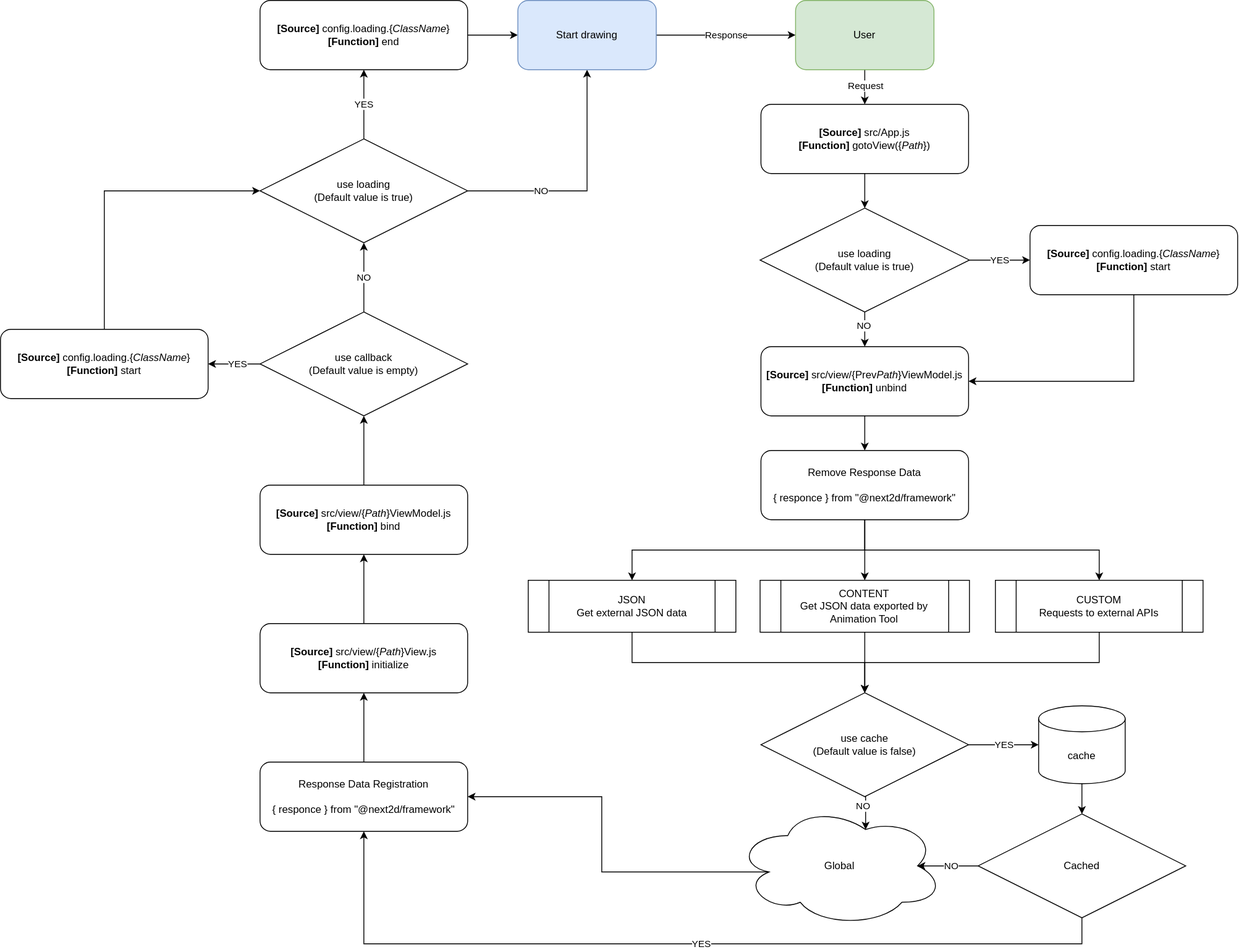
Next2D/framework keeps this draw.io diagram as Framework_Flowchart.svg. Above is the earlier version. Source tidied: cells renumbered, new cells last; positions are measured from the earlier drawing's top-left corner, leaving out a move shared by most shapes.
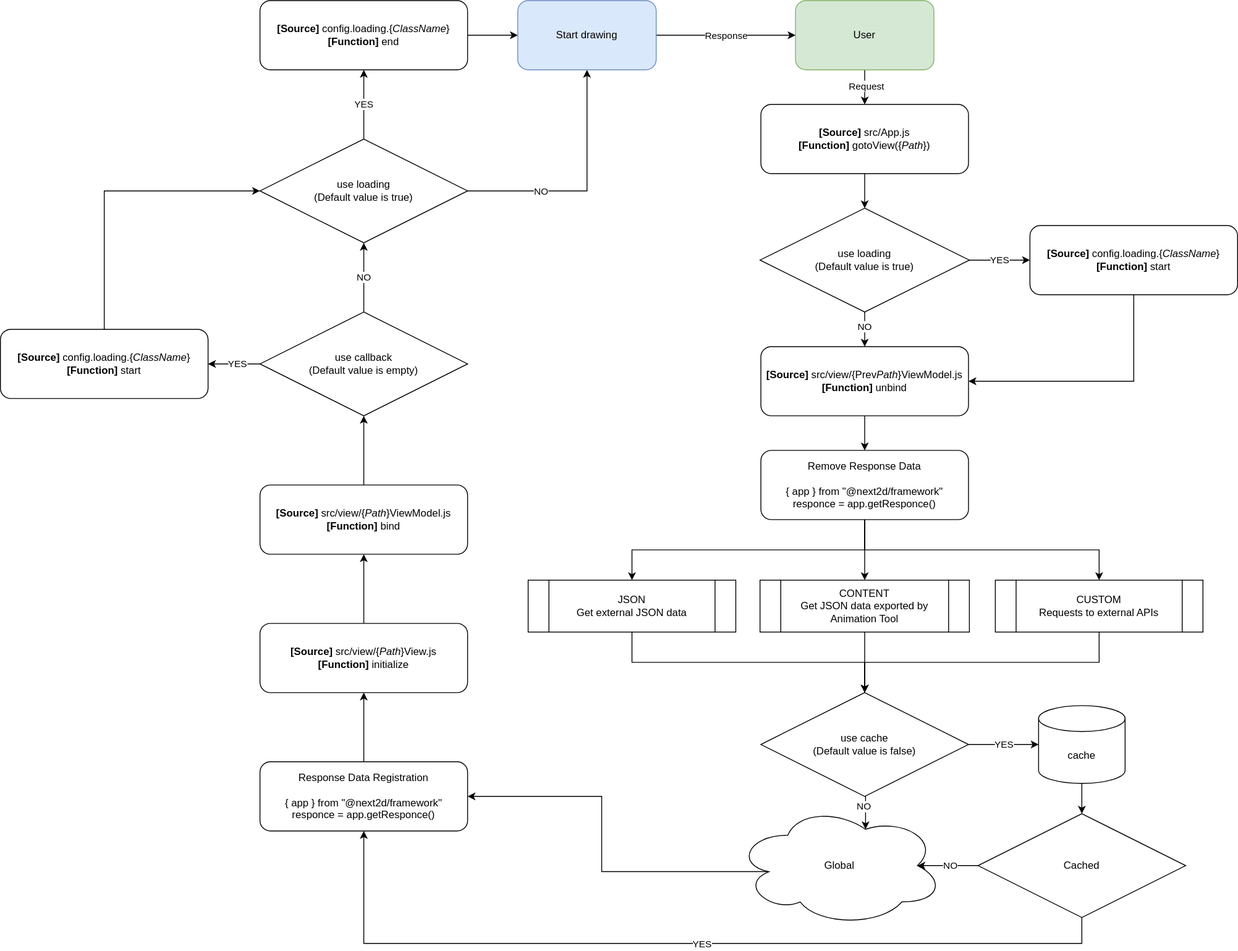
The same file after the commit.

Diff of the diagram source:
```diff
@@ -174,10 +174,10 @@
     <mxCell id="54" style="edgeStyle=orthogonalEdgeStyle;rounded=0;jettySize=auto;html=1;exitX=0.5;exitY=0;exitDx=0;exitDy=0;entryX=0.5;entryY=1;entryDx=0;entryDy=0;" parent="1" edge="1" source="56" target="33">
       <mxGeometry relative="1" as="geometry" />
     </mxCell>
-    <mxCell id="55" value="Remove Response Data&lt;br&gt;&lt;br&gt;{&amp;nbsp;responce } from &quot;@next2d/framework&quot;" style="rounded=1;whiteSpace=wrap;html=1;" parent="1" vertex="1">
+    <mxCell id="55" value="Remove Response Data&lt;br&gt;&lt;br&gt;{&amp;nbsp;app } from &quot;@next2d/framework&quot;&lt;div&gt;responce = app.getR&lt;span style=&quot;background-color: transparent; color: light-dark(rgb(0, 0, 0), rgb(255, 255, 255));&quot;&gt;esponce()&lt;/span&gt;&lt;/div&gt;" style="rounded=1;whiteSpace=wrap;html=1;" parent="1" vertex="1">
       <mxGeometry x="879" y="520" width="240" height="80" as="geometry" />
     </mxCell>
-    <mxCell id="56" value="Response Data Registration&lt;br&gt;&lt;br&gt;{&amp;nbsp;responce } from &quot;@next2d/framework&quot;" style="rounded=1;whiteSpace=wrap;html=1;" parent="1" vertex="1">
+    <mxCell id="56" value="Response Data Registration&lt;br&gt;&lt;br&gt;{&amp;nbsp;app } from &quot;@next2d/framework&quot;&lt;div&gt;responce = app.getR&lt;span style=&quot;background-color: transparent; color: light-dark(rgb(0, 0, 0), rgb(255, 255, 255));&quot;&gt;esponce()&lt;/span&gt;&lt;/div&gt;" style="rounded=1;whiteSpace=wrap;html=1;" parent="1" vertex="1">
       <mxGeometry x="300" y="880" width="240" height="80" as="geometry" />
     </mxCell>
   </root>
```
